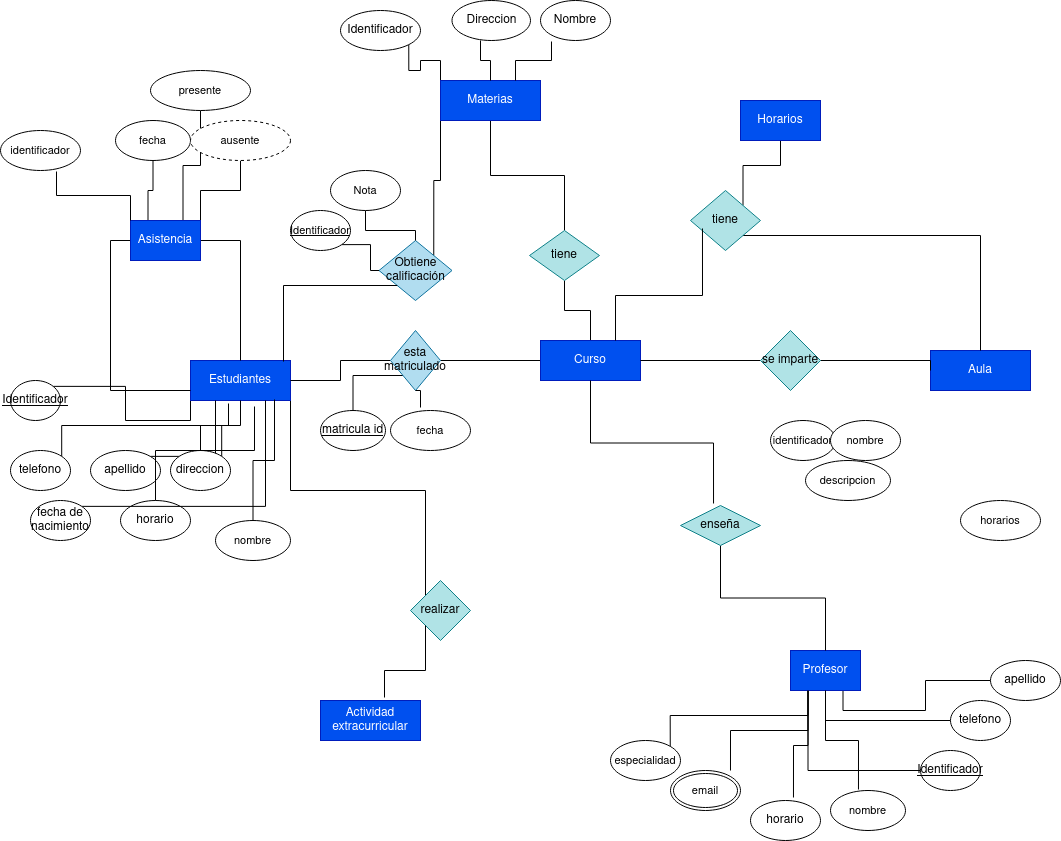
This is Unidad-1/Tareas/Tareas entregables - Tarea 1/Tarea entregable - 1.drawio.png from CRhernandez1/base-datos, a draw.io export, as it was before one commit. Source tidied: cells renumbered, new cells last; positions are measured from the earlier drawing's top-left corner, leaving out a move shared by most shapes.
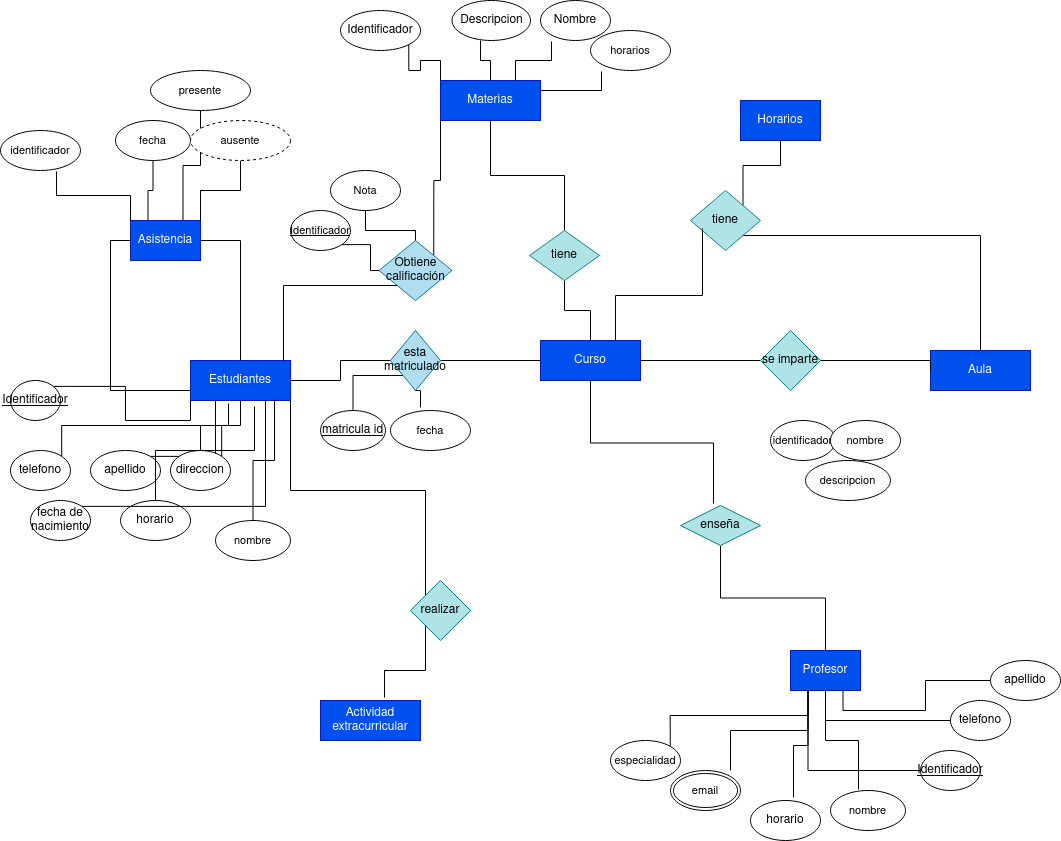
Later version of the same file.

Diff of the diagram source:
```diff
@@ -224,7 +224,7 @@
     <mxCell id="72" value="Nombre" style="ellipse;whiteSpace=wrap;html=1;align=center;" parent="1" vertex="1">
       <mxGeometry x="540" width="70" height="40" as="geometry" />
     </mxCell>
-    <mxCell id="73" value="Direccion" style="ellipse;whiteSpace=wrap;html=1;align=center;" parent="1" vertex="1">
+    <mxCell id="73" value="Descripcion" style="ellipse;whiteSpace=wrap;html=1;align=center;" parent="1" vertex="1">
       <mxGeometry x="451.5" width="78.5" height="40" as="geometry" />
     </mxCell>
     <mxCell id="74" style="edgeStyle=orthogonalEdgeStyle;rounded=0;jettySize=auto;html=1;exitX=0.5;exitY=0;exitDx=0;exitDy=0;entryX=0.363;entryY=1;entryDx=0;entryDy=0;entryPerimeter=0;endArrow=none;endFill=0;" parent="1" edge="1" source="23" target="73">
@@ -261,7 +261,7 @@
       <mxGeometry x="190" y="120" width="100" height="40" as="geometry" />
     </mxCell>
     <mxCell id="85" value="horarios" style="ellipse;whiteSpace=wrap;html=1;align=center;fontFamily=Helvetica;fontSize=11;fontColor=default;" parent="1" vertex="1">
-      <mxGeometry x="960" y="500" width="80" height="40" as="geometry" />
+      <mxGeometry x="590" y="30" width="80" height="40" as="geometry" />
     </mxCell>
     <mxCell id="86" value="descripcion" style="ellipse;whiteSpace=wrap;html=1;align=center;fontFamily=Helvetica;fontSize=11;fontColor=default;" parent="1" vertex="1">
       <mxGeometry x="805" y="460" width="85" height="40" as="geometry" />
@@ -272,5 +272,8 @@
     <mxCell id="88" value="nombre" style="ellipse;whiteSpace=wrap;html=1;align=center;fontFamily=Helvetica;fontSize=11;fontColor=default;" parent="1" vertex="1">
       <mxGeometry x="830" y="420" width="70" height="40" as="geometry" />
     </mxCell>
+    <mxCell id="89" style="edgeStyle=orthogonalEdgeStyle;shape=connector;rounded=0;jettySize=auto;html=1;exitX=1;exitY=0.25;exitDx=0;exitDy=0;entryX=0.138;entryY=1.025;entryDx=0;entryDy=0;entryPerimeter=0;labelBackgroundColor=default;strokeColor=default;align=center;verticalAlign=middle;fontFamily=Helvetica;fontSize=11;fontColor=default;endArrow=none;endFill=0;" parent="1" edge="1" source="23" target="85">
+      <mxGeometry relative="1" as="geometry" />
+    </mxCell>
   </root>
 </mxGraphModel>
```
